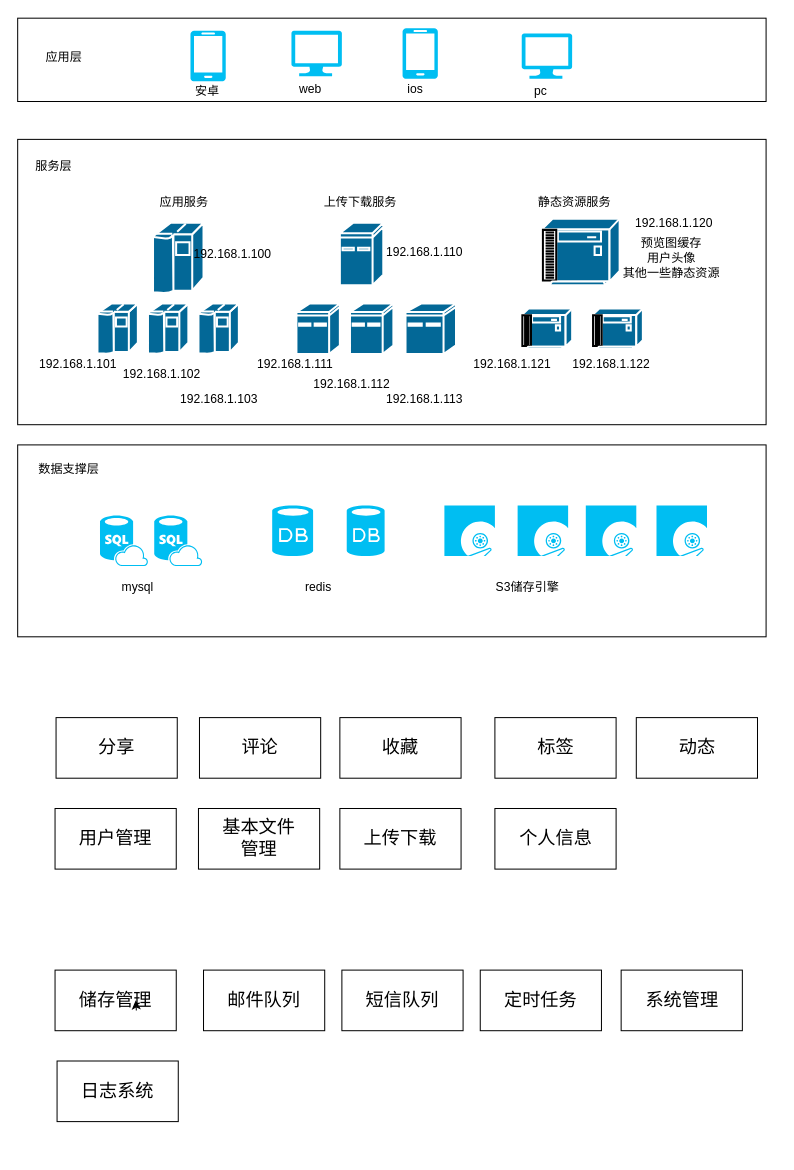
Earlier version of the draw.io diagram 未命名表单.drawio (wydhit/book). Source tidied: cells renumbered, new cells numbered last; positions are measured from the earlier drawing's top-left corner, leaving out a move shared by most shapes. Both pictures are drawn from the tidied source at 101%, with x=0, y=0 at pixel (17, 18).
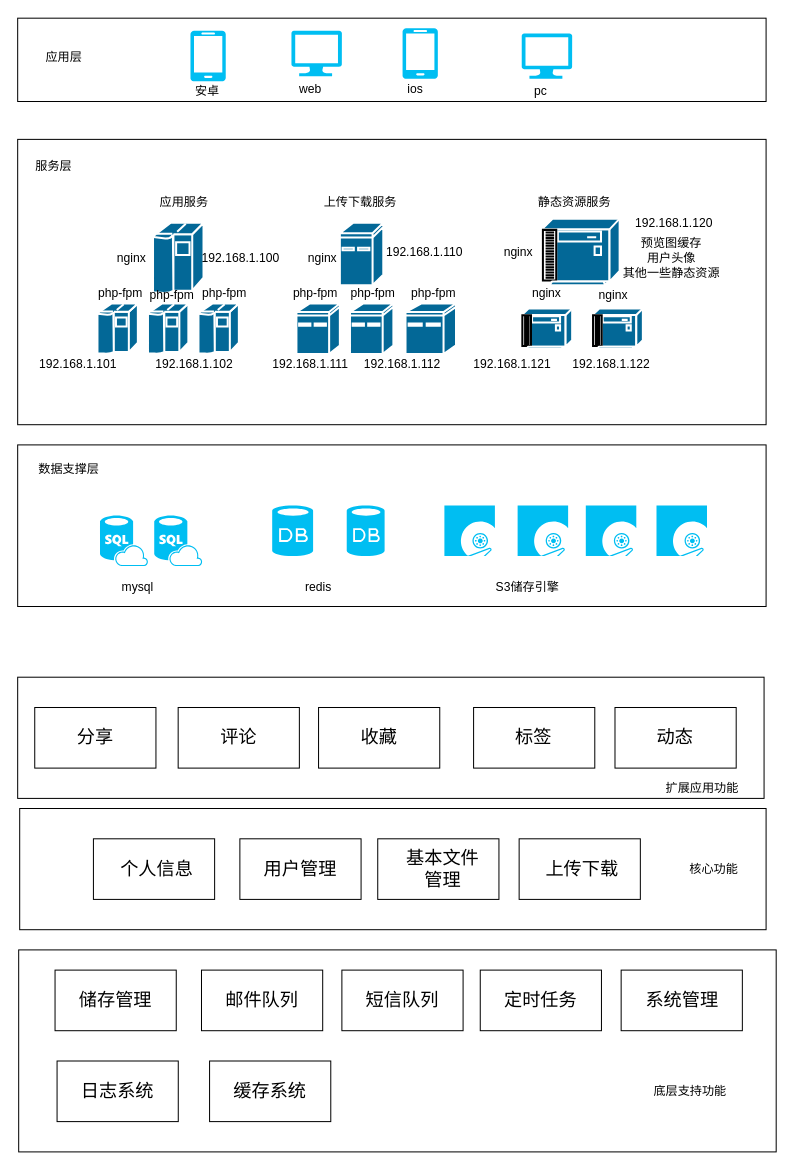
Above is the later version.

Commit message:
更新未命名表单.drawio

The change refers to these unchanged cells:
```xml
<mxCell id="58" value="&lt;font style=&quot;font-size: 18px&quot;&gt;储存管理&lt;/font&gt;" style="text;html=1;strokeColor=none;fillColor=none;align=center;verticalAlign=middle;whiteSpace=wrap;rounded=0;" parent="1" vertex="1">
  <mxGeometry x="56" y="962" width="82" height="20" as="geometry" />
</mxCell>
```

Diff of the diagram source:
```diff
@@
+    <mxCell id="84" style="rounded=0;whiteSpace=wrap;html=1;" parent="1" vertex="1">
+      <mxGeometry x="1" y="922" width="750" height="200" as="geometry" />
+    </mxCell>
+    <mxCell id="85" style="rounded=0;whiteSpace=wrap;html=1;" parent="1" vertex="1">
+      <mxGeometry y="652" width="739" height="120" as="geometry" />
+    </mxCell>
+    <mxCell id="86" style="rounded=0;whiteSpace=wrap;html=1;" parent="1" vertex="1">
+      <mxGeometry x="2" y="782" width="739" height="120" as="geometry" />
+    </mxCell>
     <mxCell id="2" style="rounded=0;whiteSpace=wrap;html=1;" parent="1" vertex="1">
-      <mxGeometry y="422" width="741" height="190" as="geometry" />
+      <mxGeometry y="422" width="741" height="160" as="geometry" />
     </mxCell>
@@
     <mxCell id="32" value="192.168.1.100" style="text;html=1;strokeColor=none;fillColor=none;align=center;verticalAlign=middle;whiteSpace=wrap;rounded=0;" parent="1" vertex="1">
-      <mxGeometry x="181.5" y="223" width="62" height="20" as="geometry" />
+      <mxGeometry x="190" y="227" width="62" height="20" as="geometry" />
     </mxCell>
@@
     <mxCell id="34" value="192.168.1.102" style="text;html=1;strokeColor=none;fillColor=none;align=center;verticalAlign=middle;whiteSpace=wrap;rounded=0;" parent="1" vertex="1">
-      <mxGeometry x="112" y="342" width="62" height="20" as="geometry" />
+      <mxGeometry x="144" y="332" width="62" height="20" as="geometry" />
     </mxCell>
-    <mxCell id="35" value="192.168.1.103" style="text;html=1;strokeColor=none;fillColor=none;align=center;verticalAlign=middle;whiteSpace=wrap;rounded=0;" parent="1" vertex="1">
-      <mxGeometry x="169" y="372" width="61" height="10" as="geometry" />
-    </mxCell>
     <mxCell id="36" value="192.168.1.111" style="text;html=1;strokeColor=none;fillColor=none;align=center;verticalAlign=middle;whiteSpace=wrap;rounded=0;" parent="1" vertex="1">
-      <mxGeometry x="243.5" y="332" width="62" height="20" as="geometry" />
+      <mxGeometry x="259" y="332" width="62" height="20" as="geometry" />
     </mxCell>
@@
     <mxCell id="38" value="192.168.1.112" style="text;html=1;strokeColor=none;fillColor=none;align=center;verticalAlign=middle;whiteSpace=wrap;rounded=0;" parent="1" vertex="1">
-      <mxGeometry x="300" y="352" width="62" height="20" as="geometry" />
+      <mxGeometry x="350" y="332" width="62" height="20" as="geometry" />
     </mxCell>
-    <mxCell id="39" value="192.168.1.113" style="text;html=1;strokeColor=none;fillColor=none;align=center;verticalAlign=middle;whiteSpace=wrap;rounded=0;" parent="1" vertex="1">
-      <mxGeometry x="372" y="367" width="62" height="20" as="geometry" />
-    </mxCell>
@@
     <mxCell id="53" style="rounded=0;whiteSpace=wrap;html=1;" parent="1" vertex="1">
-      <mxGeometry x="37" y="782" width="120" height="60" as="geometry" />
+      <mxGeometry x="220" y="812" width="120" height="60" as="geometry" />
     </mxCell>
     <mxCell id="54" value="&lt;font style=&quot;font-size: 18px&quot;&gt;用户管理&lt;/font&gt;" style="text;html=1;strokeColor=none;fillColor=none;align=center;verticalAlign=middle;whiteSpace=wrap;rounded=0;" parent="1" vertex="1">
-      <mxGeometry x="56" y="802" width="82" height="20" as="geometry" />
+      <mxGeometry x="239" y="832" width="82" height="20" as="geometry" />
     </mxCell>
@@
-    <mxCell id="59" style="edgeStyle=orthogonalEdgeStyle;rounded=0;orthogonalLoop=1;jettySize=auto;html=1;exitX=0.75;exitY=1;exitDx=0;exitDy=0;entryX=0.743;entryY=0.497;entryDx=0;entryDy=0;entryPerimeter=0;" parent="1" edge="1" source="58" target="58">
-      <mxGeometry relative="1" as="geometry" />
-    </mxCell>
     <mxCell id="60" style="rounded=0;whiteSpace=wrap;html=1;" parent="1" vertex="1">
-      <mxGeometry x="184" y="942" width="120" height="60" as="geometry" />
+      <mxGeometry x="182" y="942" width="120" height="60" as="geometry" />
     </mxCell>
     <mxCell id="61" value="&lt;font style=&quot;font-size: 18px&quot;&gt;邮件队列&lt;/font&gt;" style="text;html=1;strokeColor=none;fillColor=none;align=center;verticalAlign=middle;whiteSpace=wrap;rounded=0;" parent="1" vertex="1">
-      <mxGeometry x="203" y="962" width="82" height="20" as="geometry" />
+      <mxGeometry x="201" y="962" width="82" height="20" as="geometry" />
     </mxCell>
@@
     <mxCell id="66" style="rounded=0;whiteSpace=wrap;html=1;" parent="1" vertex="1">
-      <mxGeometry x="179" y="782" width="120" height="60" as="geometry" />
+      <mxGeometry x="356.5" y="812" width="120" height="60" as="geometry" />
     </mxCell>
     <mxCell id="67" value="&lt;font style=&quot;font-size: 18px&quot;&gt;基本文件管理&lt;/font&gt;" style="text;html=1;strokeColor=none;fillColor=none;align=center;verticalAlign=middle;whiteSpace=wrap;rounded=0;" parent="1" vertex="1">
-      <mxGeometry x="198" y="802" width="82" height="20" as="geometry" />
+      <mxGeometry x="379.5" y="832" width="82" height="20" as="geometry" />
     </mxCell>
     <mxCell id="68" style="rounded=0;whiteSpace=wrap;html=1;" parent="1" vertex="1">
-      <mxGeometry x="319" y="782" width="120" height="60" as="geometry" />
+      <mxGeometry x="496.5" y="812" width="120" height="60" as="geometry" />
     </mxCell>
     <mxCell id="69" value="&lt;font style=&quot;font-size: 18px&quot;&gt;上传下载&lt;/font&gt;" style="text;html=1;strokeColor=none;fillColor=none;align=center;verticalAlign=middle;whiteSpace=wrap;rounded=0;" parent="1" vertex="1">
-      <mxGeometry x="338" y="802" width="82" height="20" as="geometry" />
+      <mxGeometry x="518" y="832" width="82" height="20" as="geometry" />
     </mxCell>
     <mxCell id="70" style="rounded=0;whiteSpace=wrap;html=1;" parent="1" vertex="1">
-      <mxGeometry x="38" y="692" width="120" height="60" as="geometry" />
+      <mxGeometry x="16.9" y="682" width="120" height="60" as="geometry" />
     </mxCell>
     <mxCell id="71" value="&lt;font style=&quot;font-size: 18px&quot;&gt;分享&lt;/font&gt;" style="text;html=1;strokeColor=none;fillColor=none;align=center;verticalAlign=middle;whiteSpace=wrap;rounded=0;" parent="1" vertex="1">
-      <mxGeometry x="57" y="712" width="82" height="20" as="geometry" />
+      <mxGeometry x="35.9" y="702" width="82" height="20" as="geometry" />
     </mxCell>
     <mxCell id="72" style="rounded=0;whiteSpace=wrap;html=1;" parent="1" vertex="1">
-      <mxGeometry x="472.5" y="782" width="120" height="60" as="geometry" />
+      <mxGeometry x="75" y="812" width="120" height="60" as="geometry" />
     </mxCell>
     <mxCell id="73" value="&lt;font style=&quot;font-size: 18px&quot;&gt;个人信息&lt;/font&gt;" style="text;html=1;strokeColor=none;fillColor=none;align=center;verticalAlign=middle;whiteSpace=wrap;rounded=0;" parent="1" vertex="1">
-      <mxGeometry x="491.5" y="802" width="82" height="20" as="geometry" />
+      <mxGeometry x="97" y="832" width="82" height="20" as="geometry" />
     </mxCell>
     <mxCell id="74" style="rounded=0;whiteSpace=wrap;html=1;" parent="1" vertex="1">
-      <mxGeometry x="180" y="692" width="120" height="60" as="geometry" />
+      <mxGeometry x="158.9" y="682" width="120" height="60" as="geometry" />
     </mxCell>
     <mxCell id="75" value="&lt;font style=&quot;font-size: 18px&quot;&gt;评论&lt;/font&gt;" style="text;html=1;strokeColor=none;fillColor=none;align=center;verticalAlign=middle;whiteSpace=wrap;rounded=0;" parent="1" vertex="1">
-      <mxGeometry x="199" y="712" width="82" height="20" as="geometry" />
+      <mxGeometry x="177.9" y="702" width="82" height="20" as="geometry" />
     </mxCell>
     <mxCell id="76" style="rounded=0;whiteSpace=wrap;html=1;" parent="1" vertex="1">
-      <mxGeometry x="319" y="692" width="120" height="60" as="geometry" />
+      <mxGeometry x="297.9" y="682" width="120" height="60" as="geometry" />
     </mxCell>
     <mxCell id="77" value="&lt;font style=&quot;font-size: 18px&quot;&gt;收藏&lt;/font&gt;" style="text;html=1;strokeColor=none;fillColor=none;align=center;verticalAlign=middle;whiteSpace=wrap;rounded=0;" parent="1" vertex="1">
-      <mxGeometry x="338" y="712" width="82" height="20" as="geometry" />
+      <mxGeometry x="316.9" y="702" width="82" height="20" as="geometry" />
     </mxCell>
     <mxCell id="78" style="rounded=0;whiteSpace=wrap;html=1;" parent="1" vertex="1">
-      <mxGeometry x="472.5" y="692" width="120" height="60" as="geometry" />
+      <mxGeometry x="451.4" y="682" width="120" height="60" as="geometry" />
     </mxCell>
     <mxCell id="79" value="&lt;font style=&quot;font-size: 18px&quot;&gt;标签&lt;/font&gt;" style="text;html=1;strokeColor=none;fillColor=none;align=center;verticalAlign=middle;whiteSpace=wrap;rounded=0;" parent="1" vertex="1">
-      <mxGeometry x="491.5" y="712" width="82" height="20" as="geometry" />
+      <mxGeometry x="470.4" y="702" width="82" height="20" as="geometry" />
     </mxCell>
     <mxCell id="80" style="rounded=0;whiteSpace=wrap;html=1;" parent="1" vertex="1">
-      <mxGeometry x="612.5" y="692" width="120" height="60" as="geometry" />
+      <mxGeometry x="591.4" y="682" width="120" height="60" as="geometry" />
     </mxCell>
     <mxCell id="81" value="&lt;font style=&quot;font-size: 18px&quot;&gt;动态&lt;/font&gt;" style="text;html=1;strokeColor=none;fillColor=none;align=center;verticalAlign=middle;whiteSpace=wrap;rounded=0;" parent="1" vertex="1">
-      <mxGeometry x="631.5" y="712" width="82" height="20" as="geometry" />
+      <mxGeometry x="610.4" y="702" width="82" height="20" as="geometry" />
     </mxCell>
@@
+    <mxCell id="87" value="nginx" style="text;html=1;strokeColor=none;fillColor=none;align=center;verticalAlign=middle;whiteSpace=wrap;rounded=0;" parent="1" vertex="1">
+      <mxGeometry x="81.5" y="227" width="62" height="20" as="geometry" />
+    </mxCell>
+    <mxCell id="88" value="php-fpm" style="text;html=1;strokeColor=none;fillColor=none;align=center;verticalAlign=middle;whiteSpace=wrap;rounded=0;" parent="1" vertex="1">
+      <mxGeometry x="71" y="262" width="62" height="20" as="geometry" />
+    </mxCell>
+    <mxCell id="89" value="php-fpm" style="text;html=1;strokeColor=none;fillColor=none;align=center;verticalAlign=middle;whiteSpace=wrap;rounded=0;" parent="1" vertex="1">
+      <mxGeometry x="122" y="264" width="62" height="20" as="geometry" />
+    </mxCell>
+    <mxCell id="90" value="php-fpm" style="text;html=1;strokeColor=none;fillColor=none;align=center;verticalAlign=middle;whiteSpace=wrap;rounded=0;" parent="1" vertex="1">
+      <mxGeometry x="174" y="262" width="62" height="20" as="geometry" />
+    </mxCell>
+    <mxCell id="91" value="php-fpm" style="text;html=1;strokeColor=none;fillColor=none;align=center;verticalAlign=middle;whiteSpace=wrap;rounded=0;" parent="1" vertex="1">
+      <mxGeometry x="263.8" y="262" width="62" height="20" as="geometry" />
+    </mxCell>
+    <mxCell id="92" value="php-fpm" style="text;html=1;strokeColor=none;fillColor=none;align=center;verticalAlign=middle;whiteSpace=wrap;rounded=0;" parent="1" vertex="1">
+      <mxGeometry x="321" y="262" width="62" height="20" as="geometry" />
+    </mxCell>
+    <mxCell id="93" value="php-fpm" style="text;html=1;strokeColor=none;fillColor=none;align=center;verticalAlign=middle;whiteSpace=wrap;rounded=0;" parent="1" vertex="1">
+      <mxGeometry x="381" y="262" width="62" height="20" as="geometry" />
+    </mxCell>
+    <mxCell id="94" value="nginx" style="text;html=1;strokeColor=none;fillColor=none;align=center;verticalAlign=middle;whiteSpace=wrap;rounded=0;" parent="1" vertex="1">
+      <mxGeometry x="271" y="227" width="62" height="20" as="geometry" />
+    </mxCell>
+    <mxCell id="95" value="nginx" style="text;html=1;strokeColor=none;fillColor=none;align=center;verticalAlign=middle;whiteSpace=wrap;rounded=0;" parent="1" vertex="1">
+      <mxGeometry x="465" y="221" width="62" height="20" as="geometry" />
+    </mxCell>
+    <mxCell id="96" value="nginx" style="text;html=1;strokeColor=none;fillColor=none;align=center;verticalAlign=middle;whiteSpace=wrap;rounded=0;" parent="1" vertex="1">
+      <mxGeometry x="493" y="262" width="62" height="20" as="geometry" />
+    </mxCell>
+    <mxCell id="97" value="nginx" style="text;html=1;strokeColor=none;fillColor=none;align=center;verticalAlign=middle;whiteSpace=wrap;rounded=0;" parent="1" vertex="1">
+      <mxGeometry x="559" y="264" width="62" height="20" as="geometry" />
+    </mxCell>
+    <mxCell id="98" style="rounded=0;whiteSpace=wrap;html=1;" parent="1" vertex="1">
+      <mxGeometry x="190" y="1032" width="120" height="60" as="geometry" />
+    </mxCell>
+    <mxCell id="99" value="&lt;font style=&quot;font-size: 18px&quot;&gt;缓存系统&lt;/font&gt;" style="text;html=1;strokeColor=none;fillColor=none;align=center;verticalAlign=middle;whiteSpace=wrap;rounded=0;" parent="1" vertex="1">
+      <mxGeometry x="209" y="1052" width="82" height="20" as="geometry" />
+    </mxCell>
+    <mxCell id="100" value="核心功能" style="text;html=1;strokeColor=none;fillColor=none;align=center;verticalAlign=middle;whiteSpace=wrap;rounded=0;" parent="1" vertex="1">
+      <mxGeometry x="661" y="832" width="56.5" height="20" as="geometry" />
+    </mxCell>
+    <mxCell id="101" value="底层支持功能" style="text;html=1;strokeColor=none;fillColor=none;align=center;verticalAlign=middle;whiteSpace=wrap;rounded=0;" parent="1" vertex="1">
+      <mxGeometry x="621" y="1052" width="90.4" height="20" as="geometry" />
+    </mxCell>
+    <mxCell id="102" value="扩展应用功能" style="text;html=1;strokeColor=none;fillColor=none;align=center;verticalAlign=middle;whiteSpace=wrap;rounded=0;" parent="1" vertex="1">
+      <mxGeometry x="632.5" y="752" width="90.4" height="20" as="geometry" />
+    </mxCell>
```
